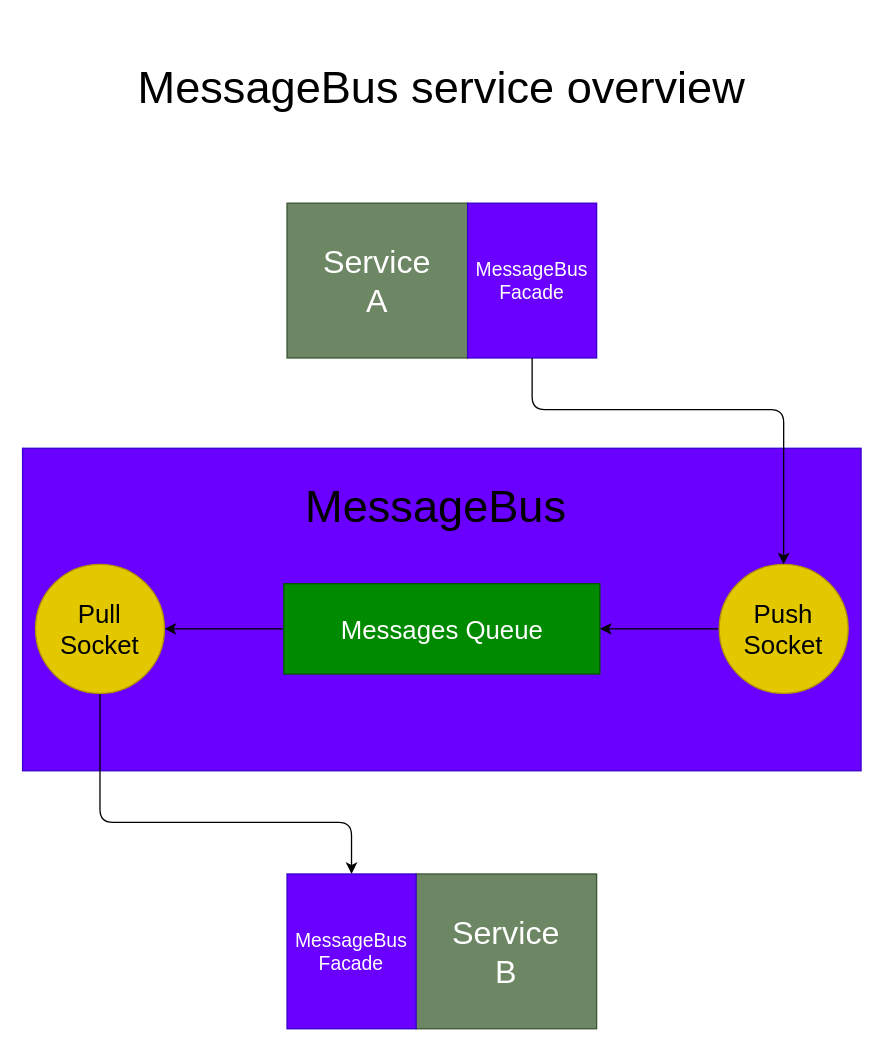
NGDeveloper125/MessageBus keeps this draw.io diagram as Documents/Drawio Diagrams/Overview.drawio. Above is the earlier version. Source tidied: cells renumbered, new cells numbered last; positions are measured from the earlier drawing's top-left corner, leaving out a move shared by most shapes. Both pictures are drawn from the tidied source at 129%, with x=0, y=0 at pixel (22, 22).
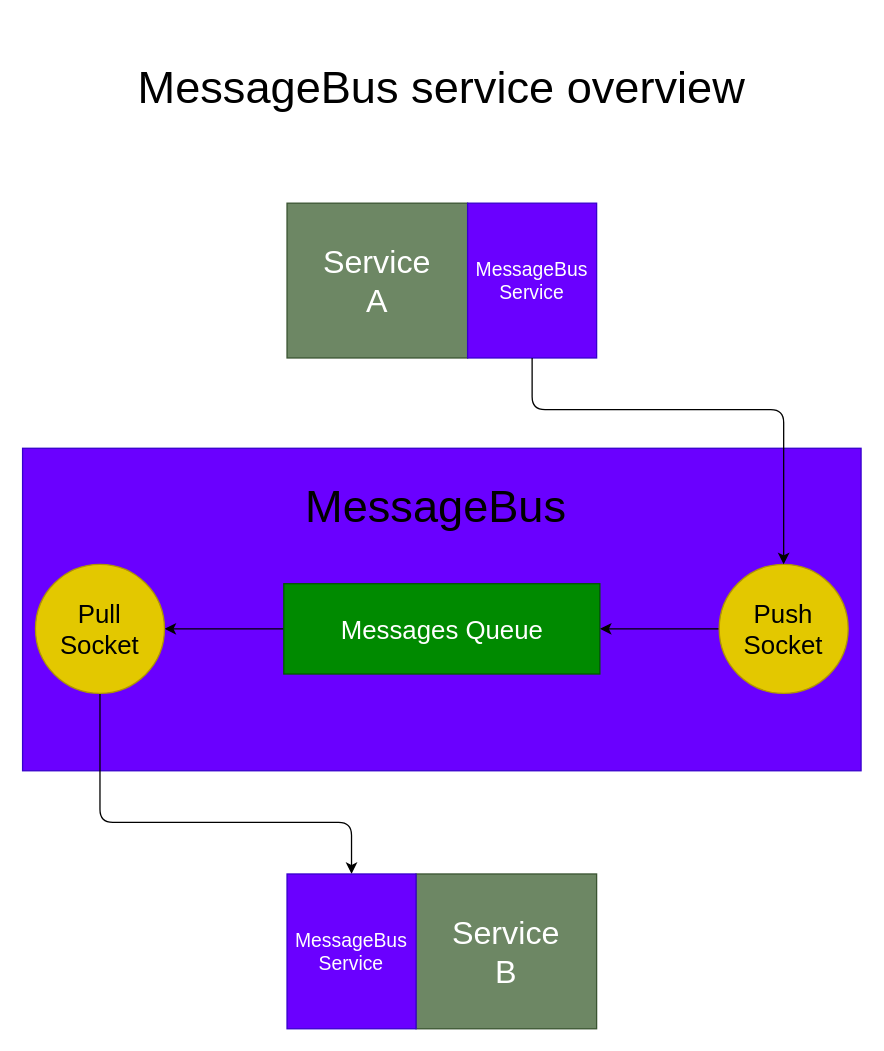
After the change.

The edit, as a diff of the source:
```diff
@@
 <mxGraphModel>
   <root>
     <mxCell id="0" />
     <mxCell id="1" parent="0" />
     <mxCell id="2" value="MessageBus service overview" style="text;html=1;strokeColor=none;fillColor=none;align=center;verticalAlign=middle;whiteSpace=wrap;rounded=0;fontSize=35;" parent="1" vertex="1">
       <mxGeometry x="10" width="630" height="100" as="geometry" />
     </mxCell>
     <mxCell id="3" value="Service&lt;br style=&quot;font-size: 25px;&quot;&gt;A&lt;br style=&quot;font-size: 25px;&quot;&gt;" style="rounded=0;whiteSpace=wrap;html=1;fontSize=25;fillColor=#6d8764;fontColor=#ffffff;strokeColor=#3A5431;" parent="1" vertex="1">
       <mxGeometry x="205" y="140" width="140" height="120" as="geometry" />
     </mxCell>
-    <mxCell id="4" value="MessageBus&lt;br style=&quot;font-size: 15px;&quot;&gt;Facade" style="rounded=0;whiteSpace=wrap;html=1;fontSize=15;fillColor=#6a00ff;fontColor=#ffffff;strokeColor=#3700CC;" parent="1" vertex="1">
+    <mxCell id="4" value="MessageBus&lt;br style=&quot;font-size: 15px;&quot;&gt;Service" style="rounded=0;whiteSpace=wrap;html=1;fontSize=15;fillColor=#6a00ff;fontColor=#ffffff;strokeColor=#3700CC;" parent="1" vertex="1">
       <mxGeometry x="345" y="140" width="100" height="120" as="geometry" />
     </mxCell>
     <mxCell id="5" style="rounded=0;whiteSpace=wrap;html=1;fontSize=15;fillColor=#6a00ff;fontColor=#ffffff;strokeColor=#3700CC;" parent="1" vertex="1">
       <mxGeometry y="330" width="650" height="250" as="geometry" />
     </mxCell>
     <mxCell id="6" value="MessageBus&amp;nbsp;" style="text;html=1;strokeColor=none;fillColor=none;align=center;verticalAlign=middle;whiteSpace=wrap;rounded=0;fontSize=35;" parent="1" vertex="1">
       <mxGeometry x="193" y="350" width="265" height="50" as="geometry" />
     </mxCell>
     <mxCell id="7" style="edgeStyle=none;html=1;entryX=1;entryY=0.5;entryDx=0;entryDy=0;fontSize=15;" parent="1" edge="1" source="8" target="11">
       <mxGeometry relative="1" as="geometry" />
     </mxCell>
     <mxCell id="8" value="Push&lt;br style=&quot;font-size: 20px;&quot;&gt;Socket" style="ellipse;whiteSpace=wrap;html=1;fontSize=20;fillColor=#e3c800;fontColor=#000000;strokeColor=#B09500;" parent="1" vertex="1">
       <mxGeometry x="540" y="420" width="100" height="100" as="geometry" />
     </mxCell>
     <mxCell id="9" style="edgeStyle=none;html=1;fontSize=25;exitX=0.5;exitY=1;exitDx=0;exitDy=0;" parent="1" edge="1" source="4" target="8">
       <mxGeometry relative="1" as="geometry">
         <Array as="points">
           <mxPoint x="395" y="300" />
           <mxPoint x="590" y="300" />
         </Array>
       </mxGeometry>
     </mxCell>
     <mxCell id="10" style="edgeStyle=none;html=1;entryX=1;entryY=0.5;entryDx=0;entryDy=0;fontSize=15;" parent="1" edge="1" source="11" target="13">
       <mxGeometry relative="1" as="geometry" />
     </mxCell>
     <mxCell id="11" value="Messages Queue" style="rounded=0;whiteSpace=wrap;html=1;fontSize=20;fillColor=#008a00;fontColor=#ffffff;strokeColor=#005700;" parent="1" vertex="1">
       <mxGeometry x="202.5" y="435" width="245" height="70" as="geometry" />
     </mxCell>
     <mxCell id="12" style="edgeStyle=none;html=1;entryX=0.5;entryY=0;entryDx=0;entryDy=0;fontSize=15;" parent="1" edge="1" source="13" target="15">
       <mxGeometry relative="1" as="geometry">
         <Array as="points">
           <mxPoint x="60" y="620" />
           <mxPoint x="255" y="620" />
         </Array>
       </mxGeometry>
     </mxCell>
     <mxCell id="13" value="Pull&lt;br style=&quot;font-size: 20px;&quot;&gt;Socket" style="ellipse;whiteSpace=wrap;html=1;fontSize=20;fillColor=#e3c800;fontColor=#000000;strokeColor=#B09500;" parent="1" vertex="1">
       <mxGeometry x="10" y="420" width="100" height="100" as="geometry" />
     </mxCell>
     <mxCell id="14" value="Service&lt;br style=&quot;font-size: 25px;&quot;&gt;B" style="rounded=0;whiteSpace=wrap;html=1;fontSize=25;fillColor=#6d8764;fontColor=#ffffff;strokeColor=#3A5431;" parent="1" vertex="1">
       <mxGeometry x="305" y="660" width="140" height="120" as="geometry" />
     </mxCell>
-    <mxCell id="15" value="MessageBus&lt;br style=&quot;font-size: 15px;&quot;&gt;Facade" style="rounded=0;whiteSpace=wrap;html=1;fontSize=15;fillColor=#6a00ff;fontColor=#ffffff;strokeColor=#3700CC;" parent="1" vertex="1">
+    <mxCell id="15" value="MessageBus&lt;br style=&quot;font-size: 15px;&quot;&gt;Service" style="rounded=0;whiteSpace=wrap;html=1;fontSize=15;fillColor=#6a00ff;fontColor=#ffffff;strokeColor=#3700CC;" parent="1" vertex="1">
       <mxGeometry x="205" y="660" width="100" height="120" as="geometry" />
     </mxCell>
   </root>
 </mxGraphModel>
```
